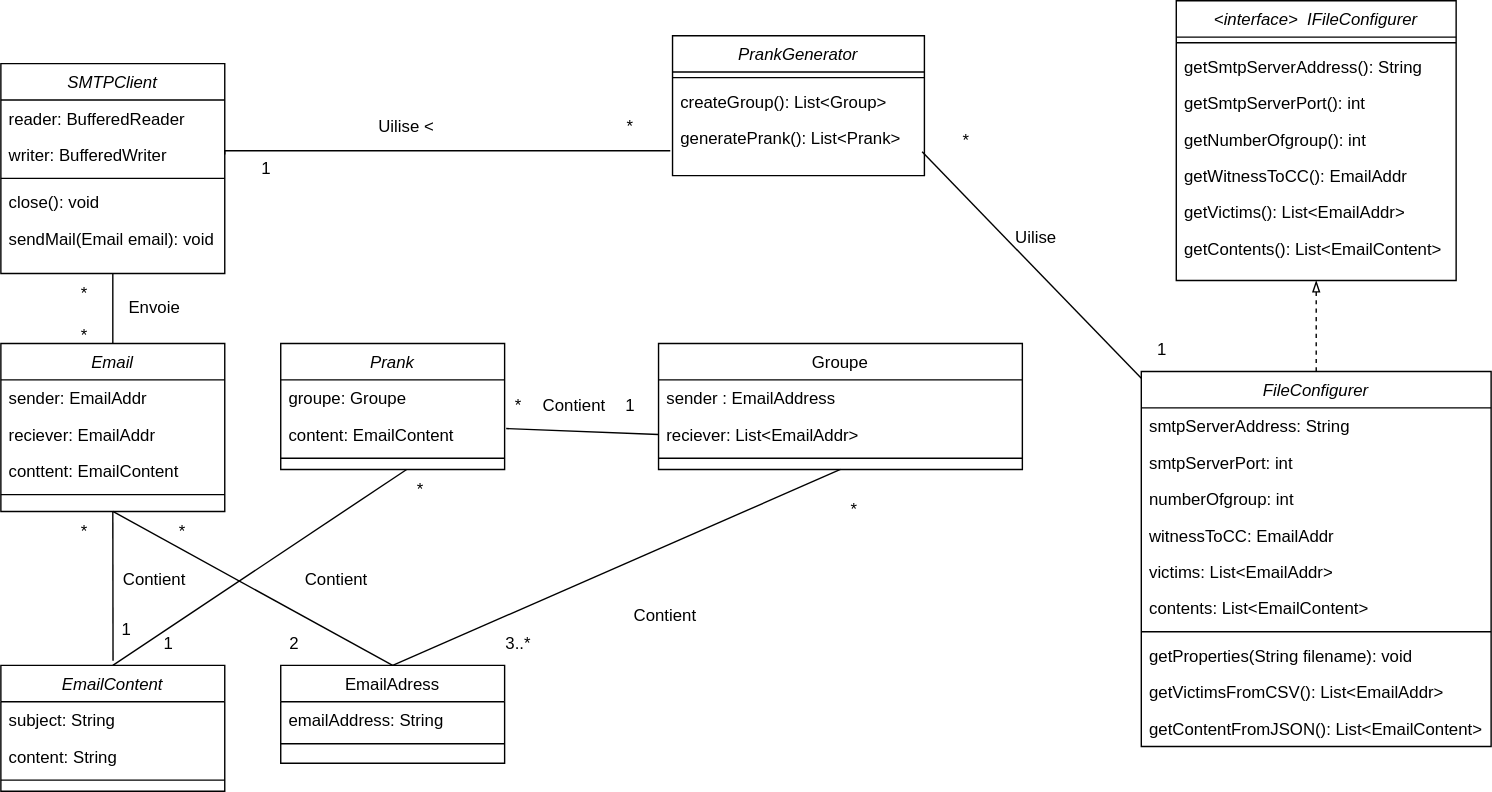
Before: figures/DiagrammeClasse.svg, a diagram exported from draw.io (Bastien18/DAI-2022-SMTP-Classe-B). Source tidied: cells renumbered, new cells last; positions are measured from the earlier drawing's top-left corner, leaving out a move shared by most shapes.
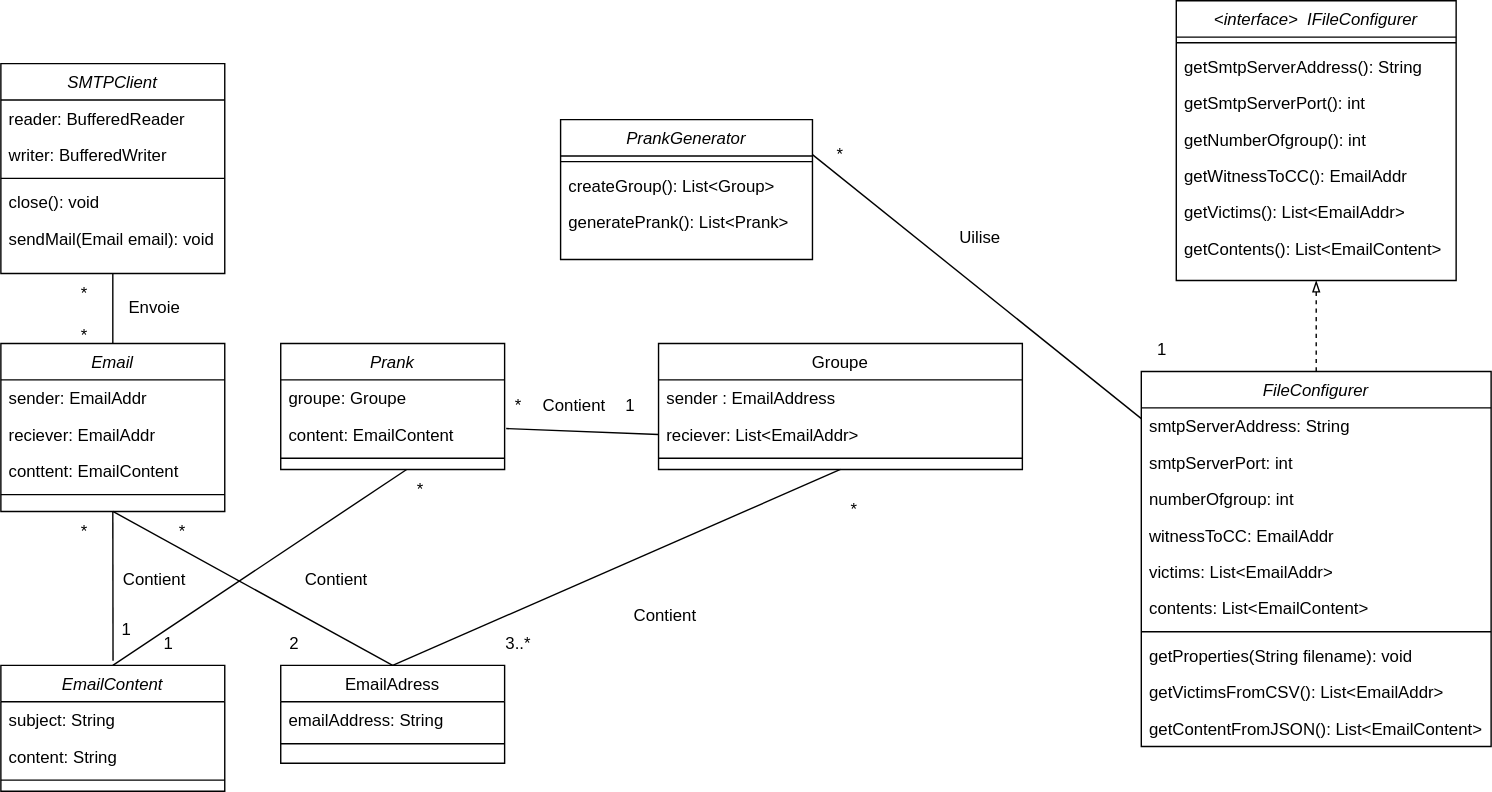
Later version of the same file.

What changed in the source:
```diff
@@ -81,7 +81,7 @@
       <mxGeometry y="78" width="160" height="8" as="geometry" />
     </mxCell>
     <mxCell id="28" value="PrankGenerator" style="swimlane;fontStyle=2;align=center;verticalAlign=top;horizontal=1;startSize=26;rounded=0;shadow=0;strokeWidth=1;" parent="1" vertex="1">
-      <mxGeometry x="480" y="25" width="180" height="100" as="geometry" />
+      <mxGeometry x="400" y="85" width="180" height="100" as="geometry" />
     </mxCell>
     <mxCell id="29" style="line;html=1;strokeWidth=1;align=left;verticalAlign=middle;spacingTop=-1;spacingLeft=3;spacingRight=3;labelPosition=right;" parent="28" vertex="1">
       <mxGeometry y="26" width="180" height="8" as="geometry" />
@@ -220,35 +220,17 @@
     <mxCell id="73" value="*" style="text;html=1;strokeColor=none;fillColor=none;align=center;verticalAlign=middle;whiteSpace=wrap;rounded=0;" parent="1" vertex="1">
       <mxGeometry x="30" y="195" width="60" height="30" as="geometry" />
     </mxCell>
-    <mxCell id="74" style="endArrow=none;html=1;rounded=0;entryX=0.991;entryY=-0.115;entryDx=0;entryDy=0;entryPerimeter=0;" parent="1" edge="1" source="41">
-      <mxGeometry relative="1" as="geometry">
-        <mxPoint x="658.4" y="108" as="targetPoint" />
-      </mxGeometry>
+    <mxCell id="74" style="endArrow=none;html=1;rounded=0;entryX=1;entryY=0.25;entryDx=0;entryDy=0;" parent="1" edge="1" source="41" target="28">
+      <mxGeometry relative="1" as="geometry" />
     </mxCell>
     <mxCell id="75" value="Uilise" style="text;html=1;strokeColor=none;fillColor=none;align=center;verticalAlign=middle;whiteSpace=wrap;rounded=0;" parent="1" vertex="1">
-      <mxGeometry x="710" y="155" width="60" height="30" as="geometry" />
+      <mxGeometry x="670" y="155" width="60" height="30" as="geometry" />
     </mxCell>
-    <mxCell id="76" style="endArrow=none;html=1;rounded=0;entryX=-0.009;entryY=0.853;entryDx=0;entryDy=0;entryPerimeter=0;exitX=1;exitY=0.5;exitDx=0;exitDy=0;edgeStyle=orthogonalEdgeStyle;" parent="1" edge="1" source="4" target="31">
-      <mxGeometry relative="1" as="geometry">
-        <Array as="points">
-          <mxPoint x="160" y="107" />
-        </Array>
-      </mxGeometry>
-    </mxCell>
-    <mxCell id="77" value="Uilise &amp;lt;" style="text;html=1;strokeColor=none;fillColor=none;align=center;verticalAlign=middle;whiteSpace=wrap;rounded=0;" parent="1" vertex="1">
-      <mxGeometry x="260" y="75" width="60" height="30" as="geometry" />
-    </mxCell>
-    <mxCell id="78" value="1" style="text;html=1;strokeColor=none;fillColor=none;align=center;verticalAlign=middle;whiteSpace=wrap;rounded=0;" parent="1" vertex="1">
-      <mxGeometry x="160" y="105" width="60" height="30" as="geometry" />
-    </mxCell>
     <mxCell id="79" value="1" style="text;html=1;strokeColor=none;fillColor=none;align=center;verticalAlign=middle;whiteSpace=wrap;rounded=0;" parent="1" vertex="1">
       <mxGeometry x="800" y="235" width="60" height="30" as="geometry" />
     </mxCell>
-    <mxCell id="80" value="*" style="text;html=1;strokeColor=none;fillColor=none;align=center;verticalAlign=middle;whiteSpace=wrap;rounded=0;" parent="1" vertex="1">
-      <mxGeometry x="420" y="75" width="60" height="30" as="geometry" />
-    </mxCell>
     <mxCell id="81" value="*" style="text;html=1;strokeColor=none;fillColor=none;align=center;verticalAlign=middle;whiteSpace=wrap;rounded=0;" parent="1" vertex="1">
-      <mxGeometry x="660" y="85" width="60" height="30" as="geometry" />
+      <mxGeometry x="570" y="95" width="60" height="30" as="geometry" />
     </mxCell>
     <mxCell id="82" value="1" style="text;html=1;strokeColor=none;fillColor=none;align=center;verticalAlign=middle;whiteSpace=wrap;rounded=0;" parent="1" vertex="1">
       <mxGeometry x="420" y="275" width="60" height="30" as="geometry" />
```
